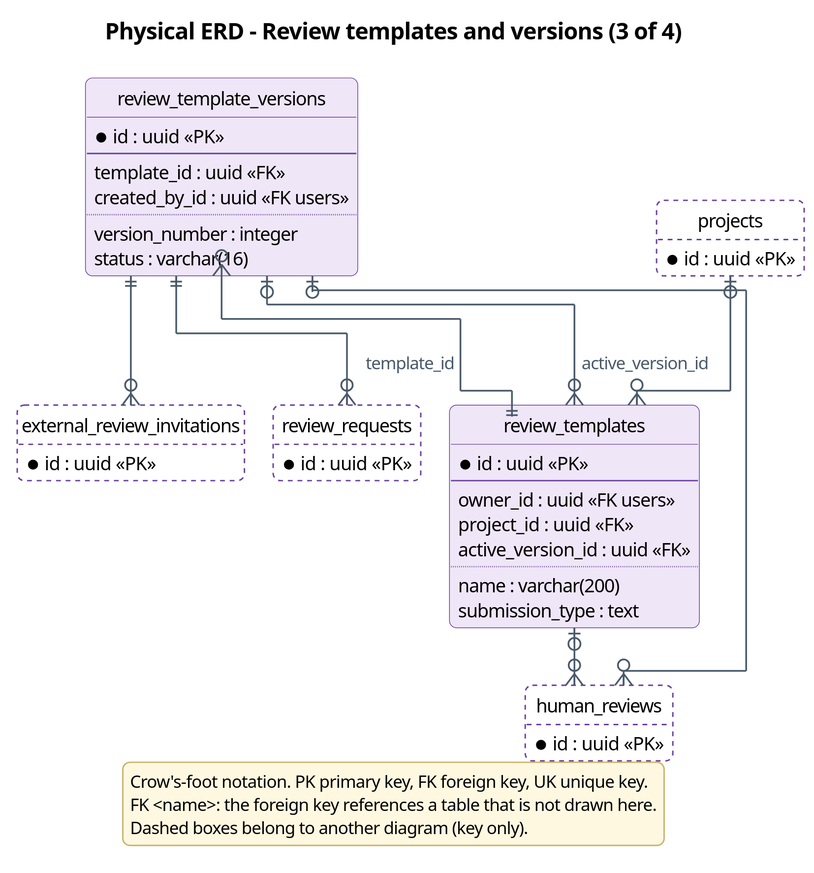
Khoa-Hoa-Technology-Solution-Company/lumi-gap keeps this PlantUML diagram as docs/diagrams/report4/R4_ERD_review_c.svg. Above is the earlier version.
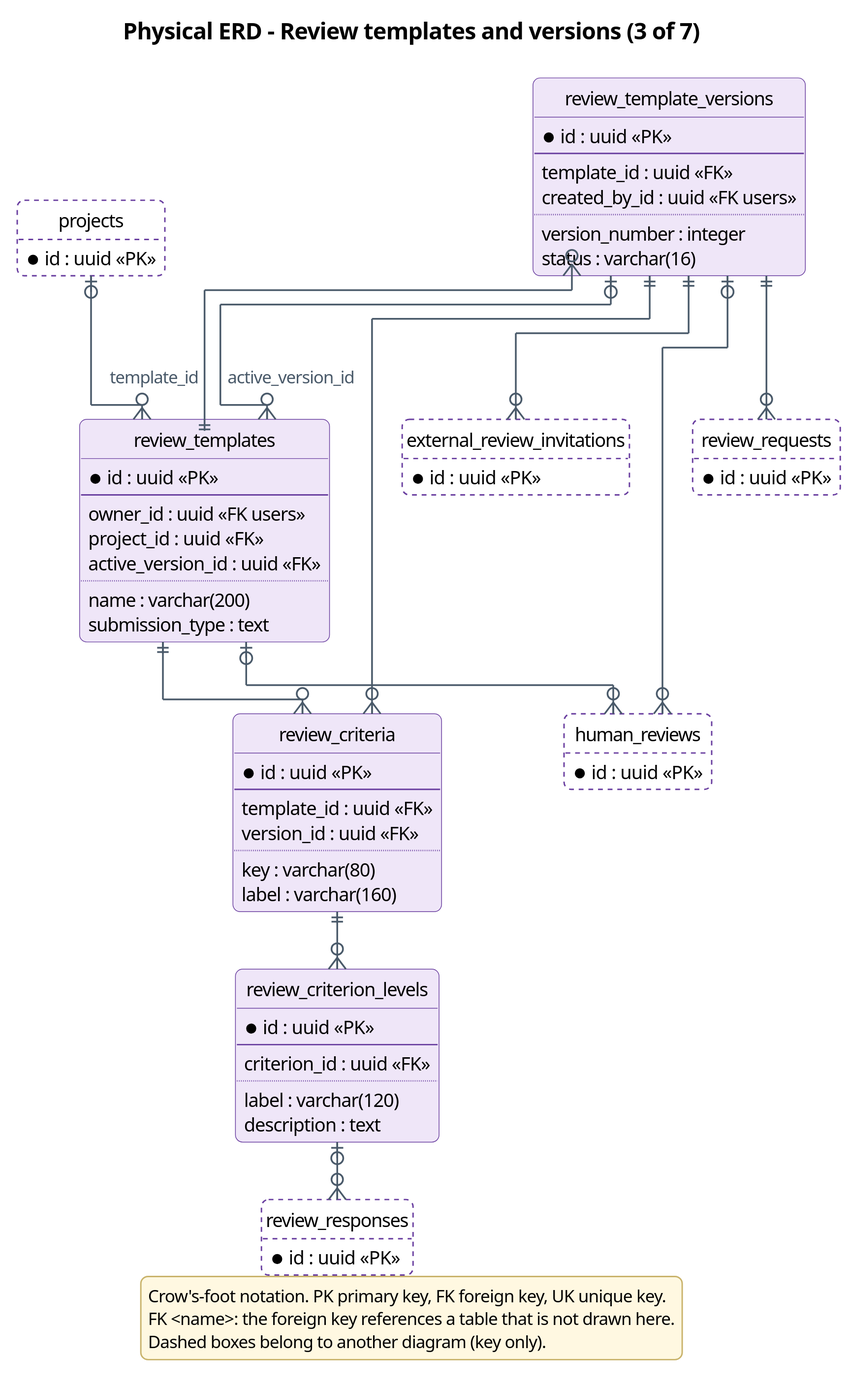
After the change.

Diff of the diagram source:
```diff
@@ -24,7 +24,7 @@
 skinparam stereotypeFontSize 10
 hide circle
 hide empty methods
-title Physical ERD - Review templates and versions (3 of 4)
+title Physical ERD - Review templates and versions (3 of 7)
 entity review_templates #EFE6F8;line:6A3FA0 {
   * id : uuid <<PK>>
   --
@@ -44,6 +44,23 @@
   version_number : integer
   status : varchar(16)
 }
+entity review_criteria #EFE6F8;line:6A3FA0 {
+  * id : uuid <<PK>>
+  --
+  template_id : uuid <<FK>>
+  version_id : uuid <<FK>>
+  ..
+  key : varchar(80)
+  label : varchar(160)
+}
+entity review_criterion_levels #EFE6F8;line:6A3FA0 {
+  * id : uuid <<PK>>
+  --
+  criterion_id : uuid <<FK>>
+  ..
+  label : varchar(120)
+  description : text
+}
 entity projects #FFFFFF;line:6A3FA0;line.dashed {
   * id : uuid <<PK>>
 }
@@ -56,12 +73,19 @@
 entity external_review_invitations #FFFFFF;line:6A3FA0;line.dashed {
   * id : uuid <<PK>>
 }
+entity review_responses #FFFFFF;line:6A3FA0;line.dashed {
+  * id : uuid <<PK>>
+}
 projects |o--o{ review_templates
+review_criteria ||--o{ review_criterion_levels
+review_criterion_levels |o--o{ review_responses
 review_template_versions ||--o{ external_review_invitations
 review_template_versions |o--o{ human_reviews
+review_template_versions ||--o{ review_criteria
 review_template_versions ||--o{ review_requests
 review_template_versions |o--o{ review_templates : active_version_id
 review_templates |o--o{ human_reviews
+review_templates ||--o{ review_criteria
 review_templates ||--o{ review_template_versions : template_id
 legend bottom
 Crow's-foot notation. PK primary key, FK foreign key, UK unique key.
```
